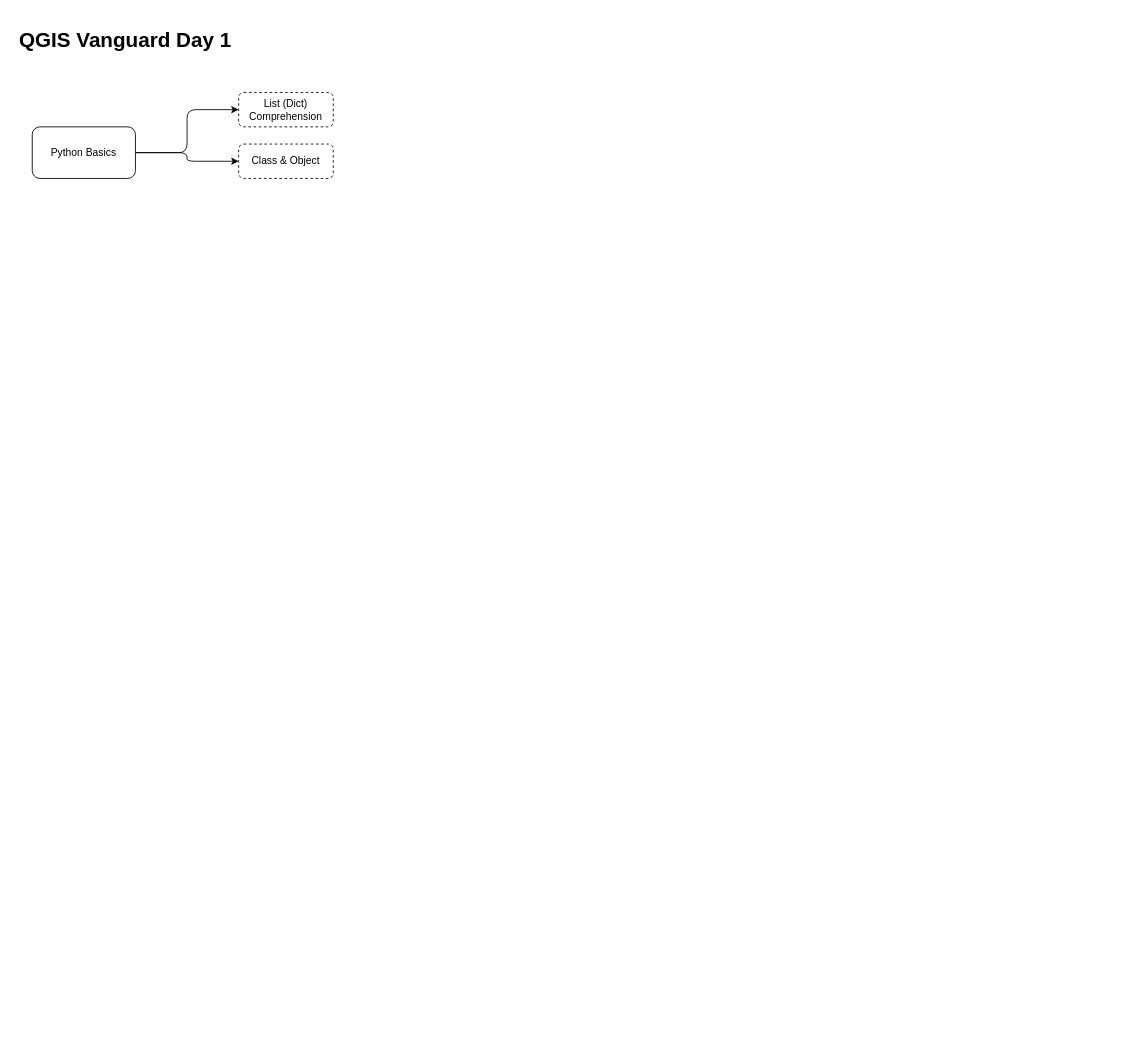
The draw.io diagram Diagrams/Day1_01_Morning_Python.dio in hengshan/qgis-vanguard, before the edit. Source tidied: cells renumbered, new cells numbered last; positions are measured from the earlier drawing's top-left corner, leaving out a move shared by most shapes. Both pictures are drawn from the tidied source at 86%, with x=0, y=0 at pixel (15, 23).
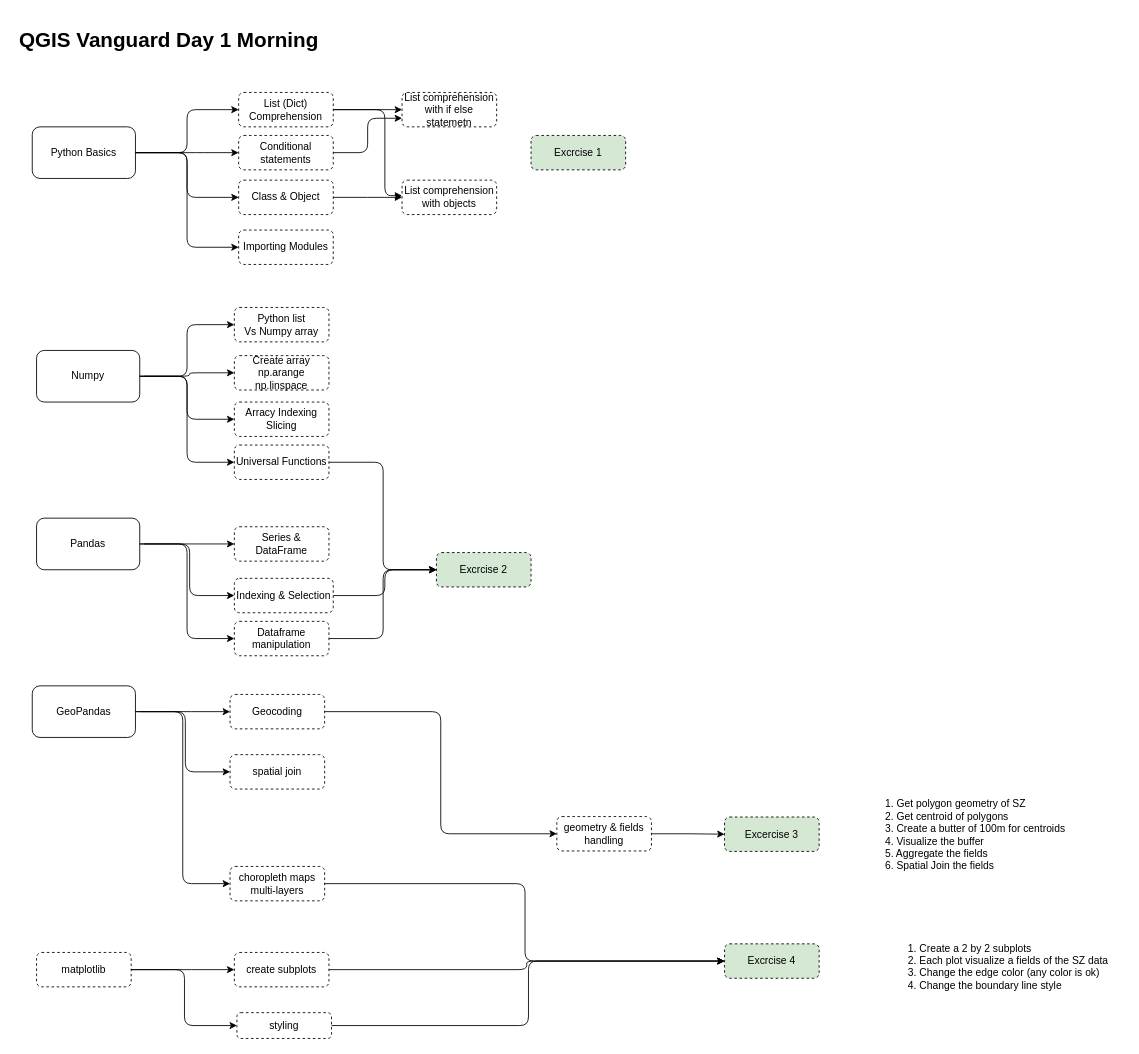
After the change.

The change refers to these unchanged cells:
```xml
<mxCell id="5" value="Python Basics" style="rounded=1;whiteSpace=wrap;html=1;" parent="1" vertex="1">
  <mxGeometry x="20" y="120" width="120" height="60" as="geometry" />
</mxCell>
<mxCell id="6" value="List (Dict) Comprehension" style="rounded=1;whiteSpace=wrap;html=1;dashed=1;" parent="1" vertex="1">
  <mxGeometry x="260" y="80" width="110" height="40" as="geometry" />
</mxCell>
```

Change to the diagram source:
```diff
@@
-    <mxCell id="2" value="&lt;h1&gt;QGIS Vanguard Day 1&lt;/h1&gt;" style="text;html=1;strokeColor=none;fillColor=none;spacing=5;spacingTop=-20;whiteSpace=wrap;overflow=hidden;rounded=0;" parent="1" vertex="1">
+    <mxCell id="2" value="&lt;h1&gt;QGIS Vanguard Day 1 Morning&lt;/h1&gt;" style="text;html=1;strokeColor=none;fillColor=none;spacing=5;spacingTop=-20;whiteSpace=wrap;overflow=hidden;rounded=0;" parent="1" vertex="1">
       <mxGeometry width="380" height="40" as="geometry" />
     </mxCell>
@@
+    <mxCell id="8" style="edgeStyle=orthogonalEdgeStyle;rounded=0;html=1;jettySize=auto;" parent="1" edge="1" source="6" target="9">
+      <mxGeometry relative="1" as="geometry" />
+    </mxCell>
@@
+    <mxCell id="9" value="List comprehension with if else statemetn" style="rounded=1;whiteSpace=wrap;html=1;dashed=1;" parent="1" vertex="1">
+      <mxGeometry x="450" y="80" width="110" height="40" as="geometry" />
+    </mxCell>
     <mxCell id="7" value="Class &amp;amp; Object" style="rounded=1;whiteSpace=wrap;html=1;dashed=1;" parent="1" vertex="1">
-      <mxGeometry x="260" y="140" width="110" height="40" as="geometry" />
+      <mxGeometry x="260" y="182" width="110" height="40" as="geometry" />
     </mxCell>
+    <mxCell id="10" value="Importing Modules" style="rounded=1;whiteSpace=wrap;html=1;dashed=1;" parent="1" vertex="1">
+      <mxGeometry x="260" y="240" width="110" height="40" as="geometry" />
+    </mxCell>
+    <mxCell id="11" style="edgeStyle=elbowEdgeStyle;elbow=horizontal;endArrow=classic;html=1;exitX=1;exitY=0.5;entryX=0;entryY=0.5;" parent="1" edge="1" source="5" target="10">
+      <mxGeometry relative="1" as="geometry">
+        <Array as="points">
+          <mxPoint x="200" y="250" />
+        </Array>
+      </mxGeometry>
+    </mxCell>
+    <mxCell id="12" value="Conditional statements" style="rounded=1;whiteSpace=wrap;html=1;dashed=1;" parent="1" vertex="1">
+      <mxGeometry x="260" y="130" width="110" height="40" as="geometry" />
+    </mxCell>
+    <mxCell id="13" style="edgeStyle=elbowEdgeStyle;elbow=horizontal;endArrow=classic;html=1;exitX=1;exitY=0.5;" parent="1" edge="1" source="5" target="12">
+      <mxGeometry relative="1" as="geometry">
+        <Array as="points">
+          <mxPoint x="210" y="180" />
+        </Array>
+      </mxGeometry>
+    </mxCell>
+    <mxCell id="14" style="edgeStyle=elbowEdgeStyle;elbow=horizontal;endArrow=classic;html=1;exitX=1;exitY=0.5;entryX=0;entryY=0.75;" parent="1" edge="1" source="12" target="9">
+      <mxGeometry relative="1" as="geometry">
+        <Array as="points">
+          <mxPoint x="410" y="150" />
+        </Array>
+      </mxGeometry>
+    </mxCell>
+    <mxCell id="15" value="List comprehension with objects" style="rounded=1;whiteSpace=wrap;html=1;dashed=1;" parent="1" vertex="1">
+      <mxGeometry x="450" y="182" width="110" height="40" as="geometry" />
+    </mxCell>
+    <mxCell id="16" style="edgeStyle=elbowEdgeStyle;elbow=horizontal;endArrow=classic;html=1;exitX=1;exitY=0.5;entryX=0;entryY=0.5;" parent="1" edge="1" source="7" target="15">
+      <mxGeometry relative="1" as="geometry">
+        <Array as="points">
+          <mxPoint x="420" y="190" />
+        </Array>
+      </mxGeometry>
+    </mxCell>
+    <mxCell id="17" style="edgeStyle=elbowEdgeStyle;elbow=horizontal;endArrow=classic;html=1;" parent="1" edge="1">
+      <mxGeometry relative="1" as="geometry">
+        <mxPoint x="370" y="100" as="sourcePoint" />
+        <mxPoint x="450" y="200" as="targetPoint" />
+        <Array as="points">
+          <mxPoint x="430" y="200" />
+        </Array>
+      </mxGeometry>
+    </mxCell>
+    <mxCell id="18" value="Numpy" style="rounded=1;whiteSpace=wrap;html=1;" parent="1" vertex="1">
+      <mxGeometry x="25" y="380" width="120" height="60" as="geometry" />
+    </mxCell>
+    <mxCell id="19" value="Python list&lt;div&gt;Vs Numpy array&lt;/div&gt;" style="rounded=1;whiteSpace=wrap;html=1;dashed=1;" parent="1" vertex="1">
+      <mxGeometry x="255" y="330" width="110" height="40" as="geometry" />
+    </mxCell>
+    <mxCell id="20" value="Create array np.arange&lt;div&gt;np.linspace&lt;/div&gt;" style="rounded=1;whiteSpace=wrap;html=1;dashed=1;" parent="1" vertex="1">
+      <mxGeometry x="255" y="386" width="110" height="40" as="geometry" />
+    </mxCell>
+    <mxCell id="21" style="edgeStyle=elbowEdgeStyle;elbow=horizontal;endArrow=classic;html=1;exitX=1;exitY=0.5;entryX=0;entryY=0.5;" parent="1" edge="1" source="18" target="19">
+      <mxGeometry relative="1" as="geometry" />
+    </mxCell>
+    <mxCell id="22" value="Arracy Indexing&lt;div&gt;Slicing&lt;/div&gt;" style="rounded=1;whiteSpace=wrap;html=1;dashed=1;" parent="1" vertex="1">
+      <mxGeometry x="255" y="440" width="110" height="40" as="geometry" />
+    </mxCell>
+    <mxCell id="23" value="Universal Functions" style="rounded=1;whiteSpace=wrap;html=1;dashed=1;" parent="1" vertex="1">
+      <mxGeometry x="255" y="490" width="110" height="40" as="geometry" />
+    </mxCell>
+    <mxCell id="24" style="edgeStyle=elbowEdgeStyle;elbow=horizontal;endArrow=classic;html=1;entryX=0;entryY=0.5;" parent="1" edge="1" target="20">
+      <mxGeometry relative="1" as="geometry">
+        <mxPoint x="150" y="410" as="sourcePoint" />
+      </mxGeometry>
+    </mxCell>
+    <mxCell id="25" style="edgeStyle=elbowEdgeStyle;elbow=horizontal;endArrow=classic;html=1;exitX=1;exitY=0.5;entryX=0;entryY=0.5;" parent="1" edge="1" source="18" target="22">
+      <mxGeometry relative="1" as="geometry" />
+    </mxCell>
+    <mxCell id="26" style="edgeStyle=elbowEdgeStyle;elbow=horizontal;endArrow=classic;html=1;exitX=1;exitY=0.5;entryX=0;entryY=0.5;" parent="1" edge="1" source="18" target="23">
+      <mxGeometry relative="1" as="geometry" />
+    </mxCell>
+    <mxCell id="27" value="Pandas" style="rounded=1;whiteSpace=wrap;html=1;" parent="1" vertex="1">
+      <mxGeometry x="25" y="575" width="120" height="60" as="geometry" />
+    </mxCell>
+    <mxCell id="28" value="Series &amp;amp; DataFrame" style="rounded=1;whiteSpace=wrap;html=1;dashed=1;" parent="1" vertex="1">
+      <mxGeometry x="255" y="585" width="110" height="40" as="geometry" />
+    </mxCell>
+    <mxCell id="29" value="Indexing &amp;amp; Selection" style="rounded=1;whiteSpace=wrap;html=1;dashed=1;" parent="1" vertex="1">
+      <mxGeometry x="255" y="645" width="115" height="40" as="geometry" />
+    </mxCell>
+    <mxCell id="30" style="edgeStyle=elbowEdgeStyle;elbow=horizontal;endArrow=classic;html=1;exitX=1;exitY=0.5;entryX=0;entryY=0.5;" parent="1" edge="1" source="27" target="28">
+      <mxGeometry relative="1" as="geometry" />
+    </mxCell>
+    <mxCell id="31" value="Dataframe manipulation" style="rounded=1;whiteSpace=wrap;html=1;dashed=1;" parent="1" vertex="1">
+      <mxGeometry x="255" y="695" width="110" height="40" as="geometry" />
+    </mxCell>
+    <mxCell id="32" value="Excrcise 2" style="rounded=1;whiteSpace=wrap;html=1;dashed=1;fillColor=#D5E8D4;" parent="1" vertex="1">
+      <mxGeometry x="490" y="615" width="110" height="40" as="geometry" />
+    </mxCell>
+    <mxCell id="33" style="edgeStyle=elbowEdgeStyle;elbow=horizontal;endArrow=classic;html=1;entryX=0;entryY=0.5;" parent="1" edge="1" target="29">
+      <mxGeometry relative="1" as="geometry">
+        <mxPoint x="150" y="605" as="sourcePoint" />
+      </mxGeometry>
+    </mxCell>
+    <mxCell id="34" style="edgeStyle=elbowEdgeStyle;elbow=horizontal;endArrow=classic;html=1;exitX=1;exitY=0.5;entryX=0;entryY=0.5;" parent="1" edge="1" source="27" target="31">
+      <mxGeometry relative="1" as="geometry" />
+    </mxCell>
+    <mxCell id="35" style="edgeStyle=elbowEdgeStyle;elbow=horizontal;endArrow=classic;html=1;exitX=1;exitY=0.5;entryX=0;entryY=0.5;" parent="1" edge="1" source="29" target="32">
+      <mxGeometry relative="1" as="geometry" />
+    </mxCell>
+    <mxCell id="36" style="edgeStyle=elbowEdgeStyle;elbow=horizontal;endArrow=classic;html=1;exitX=1;exitY=0.5;entryX=0;entryY=0.5;" parent="1" edge="1" source="23" target="32">
+      <mxGeometry relative="1" as="geometry" />
+    </mxCell>
+    <mxCell id="37" style="edgeStyle=elbowEdgeStyle;elbow=horizontal;endArrow=classic;html=1;exitX=1;exitY=0.5;entryX=0;entryY=0.5;" parent="1" edge="1" source="31" target="32">
+      <mxGeometry relative="1" as="geometry" />
+    </mxCell>
+    <mxCell id="38" value="GeoPandas" style="rounded=1;whiteSpace=wrap;html=1;" parent="1" vertex="1">
+      <mxGeometry x="20" y="770" width="120" height="60" as="geometry" />
+    </mxCell>
+    <mxCell id="39" value="Geocoding" style="rounded=1;whiteSpace=wrap;html=1;dashed=1;" parent="1" vertex="1">
+      <mxGeometry x="250" y="780" width="110" height="40" as="geometry" />
+    </mxCell>
+    <mxCell id="40" value="spatial join" style="rounded=1;whiteSpace=wrap;html=1;dashed=1;" parent="1" vertex="1">
+      <mxGeometry x="250" y="850" width="110" height="40" as="geometry" />
+    </mxCell>
+    <mxCell id="41" style="edgeStyle=orthogonalEdgeStyle;rounded=0;html=1;jettySize=auto;" parent="1" edge="1" source="59" target="60">
+      <mxGeometry relative="1" as="geometry" />
+    </mxCell>
+    <mxCell id="42" value="Excrcise 4" style="rounded=1;whiteSpace=wrap;html=1;dashed=1;fillColor=#D5E8D4;" parent="1" vertex="1">
+      <mxGeometry x="825" y="1070" width="110" height="40" as="geometry" />
+    </mxCell>
+    <mxCell id="43" value="choropleth maps&lt;div&gt;multi-layers&lt;/div&gt;" style="rounded=1;whiteSpace=wrap;html=1;dashed=1;" parent="1" vertex="1">
+      <mxGeometry x="250" y="980" width="110" height="40" as="geometry" />
+    </mxCell>
+    <mxCell id="44" style="edgeStyle=elbowEdgeStyle;elbow=horizontal;endArrow=classic;html=1;exitX=1;exitY=0.5;entryX=0;entryY=0.5;" parent="1" edge="1" source="38" target="39">
+      <mxGeometry relative="1" as="geometry" />
+    </mxCell>
+    <mxCell id="45" style="edgeStyle=elbowEdgeStyle;elbow=horizontal;endArrow=classic;html=1;entryX=0;entryY=0.5;" parent="1" edge="1" target="40">
+      <mxGeometry relative="1" as="geometry">
+        <mxPoint x="145" y="800" as="sourcePoint" />
+      </mxGeometry>
+    </mxCell>
+    <mxCell id="46" style="edgeStyle=elbowEdgeStyle;elbow=horizontal;endArrow=classic;html=1;entryX=0;entryY=0.5;" parent="1" edge="1" target="59">
+      <mxGeometry relative="1" as="geometry">
+        <mxPoint x="360" y="800" as="sourcePoint" />
+      </mxGeometry>
+    </mxCell>
+    <mxCell id="47" style="edgeStyle=elbowEdgeStyle;elbow=horizontal;endArrow=classic;html=1;exitX=1;exitY=0.5;entryX=0;entryY=0.5;" parent="1" edge="1" source="38" target="43">
+      <mxGeometry relative="1" as="geometry" />
+    </mxCell>
+    <mxCell id="48" value="matplotlib" style="rounded=1;whiteSpace=wrap;html=1;dashed=1;" parent="1" vertex="1">
+      <mxGeometry x="25" y="1080" width="110" height="40" as="geometry" />
+    </mxCell>
+    <mxCell id="49" value="create subplots" style="rounded=1;whiteSpace=wrap;html=1;dashed=1;" parent="1" vertex="1">
+      <mxGeometry x="255" y="1080" width="110" height="40" as="geometry" />
+    </mxCell>
+    <mxCell id="50" value="styling" style="rounded=1;whiteSpace=wrap;html=1;dashed=1;" parent="1" vertex="1">
+      <mxGeometry x="258" y="1150" width="110" height="30" as="geometry" />
+    </mxCell>
+    <mxCell id="51" style="edgeStyle=elbowEdgeStyle;elbow=horizontal;endArrow=classic;html=1;exitX=1;exitY=0.5;entryX=0;entryY=0.5;" parent="1" edge="1" source="48" target="49">
+      <mxGeometry relative="1" as="geometry" />
+    </mxCell>
+    <mxCell id="52" style="edgeStyle=elbowEdgeStyle;elbow=horizontal;endArrow=classic;html=1;exitX=1;exitY=0.5;entryX=0;entryY=0.5;" parent="1" edge="1" source="48" target="50">
+      <mxGeometry relative="1" as="geometry" />
+    </mxCell>
+    <mxCell id="53" value="Excrcise 1" style="rounded=1;whiteSpace=wrap;html=1;dashed=1;fillColor=#D5E8D4;" parent="1" vertex="1">
+      <mxGeometry x="600" y="130" width="110" height="40" as="geometry" />
+    </mxCell>
+    <mxCell id="54" style="edgeStyle=elbowEdgeStyle;elbow=horizontal;endArrow=classic;html=1;exitX=1;exitY=0.5;entryX=0;entryY=0.5;" parent="1" edge="1" source="43" target="42">
+      <mxGeometry relative="1" as="geometry" />
+    </mxCell>
+    <mxCell id="55" style="edgeStyle=elbowEdgeStyle;elbow=horizontal;endArrow=classic;html=1;exitX=1;exitY=0.5;entryX=0;entryY=0.5;" parent="1" edge="1" source="49" target="42">
+      <mxGeometry relative="1" as="geometry" />
+    </mxCell>
+    <mxCell id="56" style="edgeStyle=elbowEdgeStyle;elbow=horizontal;endArrow=classic;html=1;exitX=1;exitY=0.5;entryX=0;entryY=0.5;" parent="1" edge="1" source="50" target="42">
+      <mxGeometry relative="1" as="geometry" />
+    </mxCell>
+    <mxCell id="57" value="1. Get polygon geometry of SZ&lt;div&gt;2.&amp;nbsp;&lt;span style=&quot;letter-spacing: 0px&quot;&gt;Get centroid of polygons&lt;/span&gt;&lt;/div&gt;&lt;div&gt;&lt;span style=&quot;letter-spacing: 0px&quot;&gt;3. Create a butter of 100m for centroids&lt;/span&gt;&lt;/div&gt;&lt;div&gt;&lt;span style=&quot;letter-spacing: 0px&quot;&gt;4. Visualize the buffer&amp;nbsp;&lt;/span&gt;&lt;/div&gt;&lt;div&gt;&lt;span style=&quot;letter-spacing: 0px&quot;&gt;5. Aggregate the fields&lt;/span&gt;&lt;/div&gt;&lt;div&gt;&lt;span style=&quot;letter-spacing: 0px&quot;&gt;6. Spatial Join the fields&lt;/span&gt;&lt;/div&gt;" style="text;html=1;strokeColor=none;fillColor=none;align=left;verticalAlign=middle;whiteSpace=wrap;rounded=0;dashed=1;" parent="1" vertex="1">
+      <mxGeometry x="1010" y="910" width="240" height="65" as="geometry" />
+    </mxCell>
+    <mxCell id="58" value="&lt;ol&gt;&lt;li&gt;Create a 2 by 2 subplots&lt;/li&gt;&lt;li&gt;Each plot visualize a fields of the SZ data&lt;/li&gt;&lt;li&gt;Change the edge color (any color is ok)&lt;/li&gt;&lt;li&gt;Change the boundary line style&lt;/li&gt;&lt;/ol&gt;&lt;div&gt;&lt;br&gt;&lt;/div&gt;" style="text;html=1;strokeColor=none;fillColor=none;align=left;verticalAlign=middle;whiteSpace=wrap;rounded=0;dashed=1;" parent="1" vertex="1">
+      <mxGeometry x="1010" y="1057" width="280" height="93" as="geometry" />
+    </mxCell>
+    <mxCell id="59" value="geometry &amp;amp; fields handling" style="rounded=1;whiteSpace=wrap;html=1;dashed=1;" parent="1" vertex="1">
+      <mxGeometry x="630" y="922" width="110" height="40" as="geometry" />
+    </mxCell>
+    <mxCell id="60" value="&lt;div&gt;Excercise 3&lt;/div&gt;" style="rounded=1;whiteSpace=wrap;html=1;dashed=1;fillColor=#D5E8D4;" parent="1" vertex="1">
+      <mxGeometry x="825" y="922.5" width="110" height="40" as="geometry" />
+    </mxCell>
```
